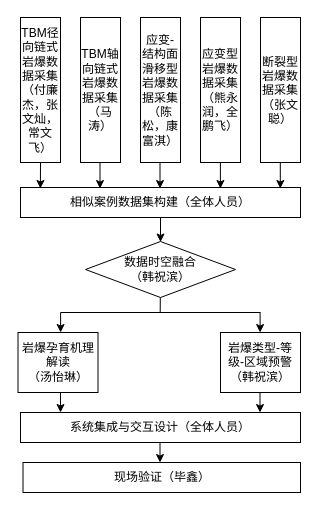
hzb29/hzb29 keeps this draw.io diagram as 技术路线-机理大模型.drawio. Above is the earlier version. Source tidied: cells renumbered, new cells numbered last; positions are measured from the earlier drawing's top-left corner, leaving out a move shared by most shapes. Both pictures are drawn from the tidied source at 100%, with x=0, y=0 at pixel (18, 17).
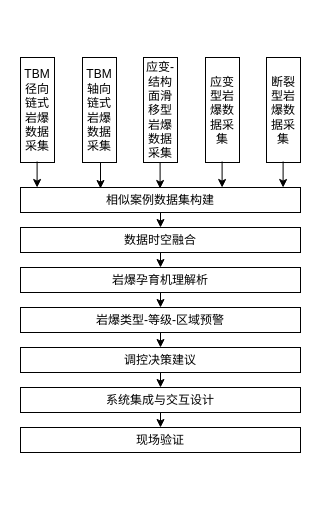
The same page after the edit.

Commit message:
更新技术路线-机理大模型.drawio

Change to the diagram source:
```diff
@@
-    <mxCell id="2" value="&lt;font face=&quot;仿宋_GB2312&quot;&gt;相似案例数据集构建（全体人员）&lt;/font&gt;" style="rounded=0;whiteSpace=wrap;html=1;" parent="1" vertex="1">
-      <mxGeometry x="2" y="170" width="280" height="30" as="geometry" />
+    <mxCell id="2" value="&lt;font face=&quot;仿宋_GB2312&quot;&gt;相似案例数据集构建&lt;/font&gt;" style="rounded=0;whiteSpace=wrap;html=1;" parent="1" vertex="1">
+      <mxGeometry x="2" y="170" width="280" height="25" as="geometry" />
     </mxCell>
-    <mxCell id="3" style="endArrow=classic;html=1;rounded=0;exitX=0.5;exitY=1;exitDx=0;exitDy=0;entryX=0.5;entryY=0;entryDx=0;entryDy=0;" parent="1" edge="1" source="2">
-      <mxGeometry relative="1" as="geometry">
-        <mxPoint x="142" y="224.5" as="targetPoint" />
-      </mxGeometry>
+    <mxCell id="3" style="endArrow=classic;html=1;rounded=0;exitX=0.5;exitY=1;exitDx=0;exitDy=0;entryX=0.5;entryY=0;entryDx=0;entryDy=0;" parent="1" edge="1" source="2" target="5">
+      <mxGeometry relative="1" as="geometry" />
     </mxCell>
-    <mxCell id="4" value="&lt;font face=&quot;仿宋_GB2312&quot;&gt;岩爆类型-等级-区域预警&lt;/font&gt;&lt;div&gt;&lt;font face=&quot;仿宋_GB2312&quot;&gt;（韩祝滨）&lt;/font&gt;&lt;/div&gt;" style="rounded=0;whiteSpace=wrap;html=1;" parent="1" vertex="1">
-      <mxGeometry x="202" y="315" width="80" height="60" as="geometry" />
+    <mxCell id="4" value="&lt;font face=&quot;仿宋_GB2312&quot;&gt;岩爆类型-等级-区域预警&lt;/font&gt;" style="rounded=0;whiteSpace=wrap;html=1;" parent="1" vertex="1">
+      <mxGeometry x="2" y="290" width="280" height="25" as="geometry" />
     </mxCell>
-    <mxCell id="5" value="&lt;font face=&quot;仿宋_GB2312&quot;&gt;岩爆孕育机理解读&lt;/font&gt;&lt;div&gt;&lt;font face=&quot;仿宋_GB2312&quot;&gt;（汤怡琳）&lt;/font&gt;&lt;/div&gt;" style="rounded=0;whiteSpace=wrap;html=1;" parent="1" vertex="1">
-      <mxGeometry x="-0.5" y="315" width="80" height="60" as="geometry" />
+    <mxCell id="5" value="&lt;span style=&quot;font-family: 仿宋_GB2312;&quot;&gt;数据时空融合&lt;/span&gt;" style="rounded=0;whiteSpace=wrap;html=1;" parent="1" vertex="1">
+      <mxGeometry x="2" y="210" width="280" height="25" as="geometry" />
     </mxCell>
-    <mxCell id="6" value="&lt;font face=&quot;仿宋_GB2312&quot;&gt;系统集成与交互设计（全体人员）&lt;/font&gt;" style="rounded=0;whiteSpace=wrap;html=1;" parent="1" vertex="1">
-      <mxGeometry x="2" y="395" width="280" height="30" as="geometry" />
+    <mxCell id="6" value="&lt;font face=&quot;仿宋_GB2312&quot;&gt;系统集成与交互设计&lt;/font&gt;" style="rounded=0;whiteSpace=wrap;html=1;" parent="1" vertex="1">
+      <mxGeometry x="2" y="370" width="280" height="25" as="geometry" />
     </mxCell>
-    <mxCell id="7" value="&lt;font face=&quot;仿宋_GB2312&quot;&gt;现场验证（毕鑫）&lt;/font&gt;" style="rounded=0;whiteSpace=wrap;html=1;" parent="1" vertex="1">
-      <mxGeometry x="4.5" y="445" width="277.5" height="30" as="geometry" />
+    <mxCell id="7" value="&lt;font face=&quot;仿宋_GB2312&quot;&gt;现场验证&lt;/font&gt;" style="rounded=0;whiteSpace=wrap;html=1;" parent="1" vertex="1">
+      <mxGeometry x="2" y="410" width="280" height="25" as="geometry" />
     </mxCell>
-    <mxCell id="8" style="endArrow=classic;html=1;rounded=0;" parent="1" edge="1">
-      <mxGeometry relative="1" as="geometry">
-        <mxPoint x="241.5" y="375" as="sourcePoint" />
-        <mxPoint x="241.5" y="395" as="targetPoint" />
-      </mxGeometry>
+    <mxCell id="8" style="endArrow=classic;html=1;rounded=0;exitX=0.5;exitY=1;exitDx=0;exitDy=0;entryX=0.5;entryY=0;entryDx=0;entryDy=0;" parent="1" edge="1" source="27" target="4">
+      <mxGeometry relative="1" as="geometry" />
     </mxCell>
-    <mxCell id="9" value="&lt;font face=&quot;仿宋_GB2312&quot;&gt;TBM径向链式岩爆数据采集（付廉杰，张文灿，常文飞）&lt;/font&gt;" style="rounded=0;whiteSpace=wrap;html=1;" parent="1" vertex="1">
-      <mxGeometry x="2" width="40" height="145" as="geometry" />
+    <mxCell id="9" value="&lt;font face=&quot;仿宋_GB2312&quot;&gt;TBM径向链式岩爆数据采集&lt;/font&gt;" style="rounded=0;whiteSpace=wrap;html=1;" parent="1" vertex="1">
+      <mxGeometry x="2" y="40" width="34" height="105" as="geometry" />
     </mxCell>
-    <mxCell id="10" value="&lt;font face=&quot;仿宋_GB2312&quot;&gt;TBM轴向链式岩爆数据采集（马涛）&lt;/font&gt;" style="rounded=0;whiteSpace=wrap;html=1;" parent="1" vertex="1">
-      <mxGeometry x="62" width="40" height="145" as="geometry" />
+    <mxCell id="10" value="&lt;font face=&quot;仿宋_GB2312&quot;&gt;TBM轴向链式岩爆数据采集&lt;/font&gt;" style="rounded=0;whiteSpace=wrap;html=1;" parent="1" vertex="1">
+      <mxGeometry x="64" y="40" width="34" height="105" as="geometry" />
     </mxCell>
-    <mxCell id="11" value="&lt;font face=&quot;仿宋_GB2312&quot;&gt;应变-结构面滑移型岩爆数据采集（陈松，康富淇）&lt;/font&gt;" style="rounded=0;whiteSpace=wrap;html=1;" parent="1" vertex="1">
-      <mxGeometry x="122" width="40" height="145" as="geometry" />
+    <mxCell id="11" value="&lt;font face=&quot;仿宋_GB2312&quot;&gt;应变-结构面滑移型岩爆数据采集&lt;/font&gt;" style="rounded=0;whiteSpace=wrap;html=1;" parent="1" vertex="1">
+      <mxGeometry x="125" y="40" width="34" height="105" as="geometry" />
     </mxCell>
-    <mxCell id="12" value="&lt;font face=&quot;仿宋_GB2312&quot;&gt;应变型岩爆数据采集（熊永润，全鹏飞）&lt;/font&gt;" style="rounded=0;whiteSpace=wrap;html=1;" parent="1" vertex="1">
-      <mxGeometry x="182" width="40" height="145" as="geometry" />
+    <mxCell id="12" value="&lt;font face=&quot;仿宋_GB2312&quot;&gt;应变型岩爆数据采集&lt;/font&gt;" style="rounded=0;whiteSpace=wrap;html=1;" parent="1" vertex="1">
+      <mxGeometry x="187" y="40" width="34" height="105" as="geometry" />
     </mxCell>
-    <mxCell id="13" value="&lt;font face=&quot;仿宋_GB2312&quot;&gt;断裂型岩爆数据采集（张文聪）&lt;/font&gt;" style="rounded=0;whiteSpace=wrap;html=1;" parent="1" vertex="1">
-      <mxGeometry x="242" width="40" height="145" as="geometry" />
+    <mxCell id="13" value="&lt;font face=&quot;仿宋_GB2312&quot;&gt;断裂型岩爆数据采集&lt;/font&gt;" style="rounded=0;whiteSpace=wrap;html=1;" parent="1" vertex="1">
+      <mxGeometry x="248" y="40" width="34" height="105" as="geometry" />
     </mxCell>
-    <mxCell id="14" style="endArrow=classic;html=1;rounded=0;exitX=0.5;exitY=1;exitDx=0;exitDy=0;entryX=0.071;entryY=0.033;entryDx=0;entryDy=0;entryPerimeter=0;" parent="1" edge="1" source="9" target="2">
-      <mxGeometry relative="1" as="geometry" />
-    </mxCell>
     <mxCell id="15" style="endArrow=classic;html=1;rounded=0;exitX=0.5;exitY=1;exitDx=0;exitDy=0;entryX=0.071;entryY=0.033;entryDx=0;entryDy=0;entryPerimeter=0;" parent="1" edge="1">
       <mxGeometry relative="1" as="geometry">
-        <mxPoint x="81.5" y="145" as="sourcePoint" />
-        <mxPoint x="81.5" y="171" as="targetPoint" />
+        <mxPoint x="82" y="145" as="sourcePoint" />
+        <mxPoint x="82" y="171" as="targetPoint" />
       </mxGeometry>
     </mxCell>
     <mxCell id="16" style="endArrow=classic;html=1;rounded=0;exitX=0.5;exitY=1;exitDx=0;exitDy=0;entryX=0.071;entryY=0.033;entryDx=0;entryDy=0;entryPerimeter=0;" parent="1" edge="1">
       <mxGeometry relative="1" as="geometry">
-        <mxPoint x="141.5" y="145" as="sourcePoint" />
-        <mxPoint x="141.5" y="171" as="targetPoint" />
+        <mxPoint x="141.6" y="145" as="sourcePoint" />
+        <mxPoint x="141.6" y="171" as="targetPoint" />
       </mxGeometry>
     </mxCell>
     <mxCell id="17" style="endArrow=classic;html=1;rounded=0;exitX=0.5;exitY=1;exitDx=0;exitDy=0;entryX=0.071;entryY=0.033;entryDx=0;entryDy=0;entryPerimeter=0;" parent="1" edge="1">
       <mxGeometry relative="1" as="geometry">
-        <mxPoint x="201.9" y="145" as="sourcePoint" />
-        <mxPoint x="201.9" y="171" as="targetPoint" />
+        <mxPoint x="203.6" y="144" as="sourcePoint" />
+        <mxPoint x="203.6" y="170" as="targetPoint" />
       </mxGeometry>
     </mxCell>
     <mxCell id="18" style="endArrow=classic;html=1;rounded=0;exitX=0.5;exitY=1;exitDx=0;exitDy=0;entryX=0.071;entryY=0.033;entryDx=0;entryDy=0;entryPerimeter=0;" parent="1" edge="1">
       <mxGeometry relative="1" as="geometry">
-        <mxPoint x="261.8" y="145" as="sourcePoint" />
-        <mxPoint x="261.8" y="171" as="targetPoint" />
+        <mxPoint x="264.6" y="144" as="sourcePoint" />
+        <mxPoint x="264.6" y="170" as="targetPoint" />
       </mxGeometry>
     </mxCell>
-    <mxCell id="19" style="endArrow=classic;html=1;rounded=0;" parent="1" edge="1">
-      <mxGeometry relative="1" as="geometry">
-        <mxPoint x="42" y="375" as="sourcePoint" />
-        <mxPoint x="42" y="395" as="targetPoint" />
-      </mxGeometry>
-    </mxCell>
-    <mxCell id="20" style="endArrow=classic;html=1;rounded=0;" parent="1" edge="1">
-      <mxGeometry relative="1" as="geometry">
-        <mxPoint x="141.5" y="425" as="sourcePoint" />
-        <mxPoint x="141.5" y="445" as="targetPoint" />
-      </mxGeometry>
+    <mxCell id="20" style="endArrow=classic;html=1;rounded=0;exitX=0.5;exitY=1;exitDx=0;exitDy=0;entryX=0.5;entryY=0;entryDx=0;entryDy=0;" parent="1" edge="1" source="29" target="6">
+      <mxGeometry relative="1" as="geometry" />
     </mxCell>
-    <mxCell id="21" style="endArrow=classic;html=1;rounded=0;" parent="1" edge="1">
-      <mxGeometry relative="1" as="geometry">
-        <mxPoint x="241.6" y="295" as="sourcePoint" />
-        <mxPoint x="241.6" y="315" as="targetPoint" />
-      </mxGeometry>
-    </mxCell>
-    <mxCell id="22" style="endArrow=classic;html=1;rounded=0;" parent="1" edge="1">
-      <mxGeometry relative="1" as="geometry">
-        <mxPoint x="42.1" y="295" as="sourcePoint" />
-        <mxPoint x="42.1" y="315" as="targetPoint" />
-      </mxGeometry>
-    </mxCell>
-    <mxCell id="23" style="endArrow=none;html=1;rounded=0;" parent="1" edge="1">
-      <mxGeometry relative="1" as="geometry">
-        <mxPoint x="42" y="295" as="sourcePoint" />
-        <mxPoint x="242" y="295" as="targetPoint" />
-      </mxGeometry>
-    </mxCell>
-    <mxCell id="24" style="endArrow=none;html=1;rounded=0;exitX=0.593;exitY=1.002;exitDx=0;exitDy=0;exitPerimeter=0;" parent="1" edge="1">
-      <mxGeometry relative="1" as="geometry">
-        <mxPoint x="141.8" y="279.6" as="sourcePoint" />
-        <mxPoint x="141.7" y="295" as="targetPoint" />
-      </mxGeometry>
-    </mxCell>
-    <mxCell id="25" value="&lt;font face=&quot;仿宋_GB2312&quot;&gt;数据时空融合&lt;/font&gt;&lt;div&gt;&lt;font face=&quot;仿宋_GB2312&quot;&gt;（韩祝滨）&lt;/font&gt;&lt;/div&gt;" style="rhombus;whiteSpace=wrap;html=1;" parent="1" vertex="1">
-      <mxGeometry x="67" y="224" width="150" height="56" as="geometry" />
-    </mxCell>
+    <mxCell id="26" style="endArrow=classic;html=1;rounded=0;exitX=0.5;exitY=1;exitDx=0;exitDy=0;entryX=0.071;entryY=0.033;entryDx=0;entryDy=0;entryPerimeter=0;" parent="1" edge="1">
+      <mxGeometry relative="1" as="geometry">
+        <mxPoint x="18.6" y="144" as="sourcePoint" />
+        <mxPoint x="18.6" y="170" as="targetPoint" />
+      </mxGeometry>
+    </mxCell>
+    <mxCell id="27" value="&lt;font face=&quot;仿宋_GB2312&quot;&gt;岩爆孕育机理解析&lt;/font&gt;" style="rounded=0;whiteSpace=wrap;html=1;" parent="1" vertex="1">
+      <mxGeometry x="2" y="250" width="280" height="25" as="geometry" />
+    </mxCell>
+    <mxCell id="28" style="endArrow=classic;html=1;rounded=0;exitX=0.5;exitY=1;exitDx=0;exitDy=0;" parent="1" edge="1" source="5">
+      <mxGeometry relative="1" as="geometry">
+        <mxPoint x="142" y="250" as="targetPoint" />
+      </mxGeometry>
+    </mxCell>
+    <mxCell id="29" value="&lt;font face=&quot;仿宋_GB2312&quot;&gt;调控决策建议&lt;/font&gt;" style="rounded=0;whiteSpace=wrap;html=1;" parent="1" vertex="1">
+      <mxGeometry x="2" y="330" width="280" height="25" as="geometry" />
+    </mxCell>
+    <mxCell id="30" style="endArrow=classic;html=1;rounded=0;entryX=0.5;entryY=0;entryDx=0;entryDy=0;exitX=0.5;exitY=1;exitDx=0;exitDy=0;" parent="1" edge="1" source="4" target="29">
+      <mxGeometry relative="1" as="geometry" />
+    </mxCell>
+    <mxCell id="31" style="endArrow=classic;html=1;rounded=0;exitX=0.5;exitY=1;exitDx=0;exitDy=0;entryX=0.5;entryY=0;entryDx=0;entryDy=0;" parent="1" edge="1" source="6" target="7">
+      <mxGeometry relative="1" as="geometry" />
+    </mxCell>
```
